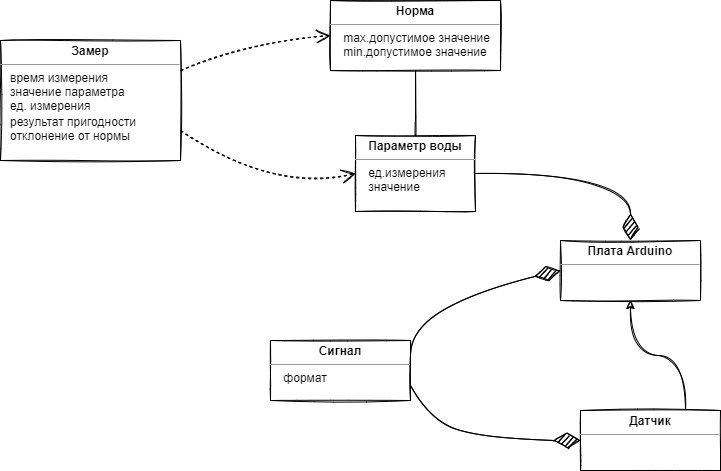
Above: img/DomainModel.png in MaxZ07/Crystal (draw.io), before the change. Source tidied: cells renumbered, new cells last; positions are measured from the earlier drawing's top-left corner, leaving out a move shared by most shapes. Source of this version:
```xml
<mxGraphModel>
  <root>
    <mxCell id="0" />
    <mxCell id="1" parent="0" />
    <mxCell id="2" value="&lt;p style=&quot;margin: 0px ; margin-top: 4px ; text-align: center&quot;&gt;&lt;b&gt;Параметр воды&lt;/b&gt;&lt;/p&gt;&lt;hr size=&quot;1&quot;&gt;&lt;div style=&quot;height: 2px&quot;&gt;&amp;nbsp; &amp;nbsp; ед.измерения&lt;br&gt;&amp;nbsp; &amp;nbsp; значение&lt;/div&gt;" style="verticalAlign=top;align=left;overflow=fill;fontSize=12;fontFamily=Helvetica;html=1;rounded=0;sketch=1;" parent="1" vertex="1">
      <mxGeometry x="355" y="135" width="120" height="76" as="geometry" />
    </mxCell>
    <mxCell id="3" value="&lt;p style=&quot;margin: 0px ; margin-top: 4px ; text-align: center&quot;&gt;&lt;b&gt;Норма&lt;/b&gt;&lt;/p&gt;&lt;hr size=&quot;1&quot;&gt;&lt;div style=&quot;height: 2px&quot;&gt;&amp;nbsp; &amp;nbsp; max.допустимое значение&lt;br&gt;&amp;nbsp; &amp;nbsp; min.допустимое значение&lt;/div&gt;&lt;div style=&quot;height: 2px&quot;&gt;&lt;br&gt;&lt;/div&gt;" style="verticalAlign=top;align=left;overflow=fill;fontSize=12;fontFamily=Helvetica;html=1;rounded=0;sketch=1;" parent="1" vertex="1">
      <mxGeometry x="330" width="170" height="70" as="geometry" />
    </mxCell>
    <mxCell id="4" style="edgeStyle=orthogonalEdgeStyle;rounded=0;jettySize=auto;html=1;exitX=0.75;exitY=0;exitDx=0;exitDy=0;entryX=0.5;entryY=1;entryDx=0;entryDy=0;curved=1;sketch=1;" parent="1" edge="1" source="5" target="7">
      <mxGeometry relative="1" as="geometry" />
    </mxCell>
    <mxCell id="5" value="&lt;p style=&quot;margin: 0px ; margin-top: 4px ; text-align: center&quot;&gt;&lt;b&gt;Датчик&lt;/b&gt;&lt;/p&gt;&lt;hr size=&quot;1&quot;&gt;&lt;div style=&quot;height: 2px&quot;&gt;&amp;nbsp;&amp;nbsp;&lt;/div&gt;" style="verticalAlign=top;align=left;overflow=fill;fontSize=12;fontFamily=Helvetica;html=1;rounded=0;sketch=1;" parent="1" vertex="1">
      <mxGeometry x="580" y="410" width="140" height="60" as="geometry" />
    </mxCell>
    <mxCell id="6" value="&lt;p style=&quot;margin: 0px ; margin-top: 4px ; text-align: center&quot;&gt;&lt;b&gt;Замер&lt;/b&gt;&lt;/p&gt;&lt;hr size=&quot;1&quot;&gt;&lt;div style=&quot;height: 2px&quot;&gt;&amp;nbsp; &amp;nbsp;время измерения&lt;br&gt;&amp;nbsp; &amp;nbsp;значение параметра&lt;br&gt;&amp;nbsp; &amp;nbsp;ед. измерения&lt;br&gt;&lt;br&gt;&lt;br&gt;&lt;br&gt;&lt;/div&gt;&lt;div style=&quot;height: 2px&quot;&gt;&lt;br&gt;&amp;nbsp; &amp;nbsp;&lt;br&gt;&amp;nbsp; &amp;nbsp;&lt;br&gt;&amp;nbsp; &amp;nbsp;результат пригодности&lt;br&gt;&amp;nbsp; &amp;nbsp;отклонение от нормы&lt;br&gt;&lt;br&gt;&amp;nbsp; &amp;nbsp;&amp;nbsp;&lt;/div&gt;&lt;div style=&quot;height: 2px&quot;&gt;&lt;br&gt;&lt;/div&gt;&lt;div style=&quot;height: 2px&quot;&gt;&lt;br&gt;&lt;/div&gt;" style="verticalAlign=top;align=left;overflow=fill;fontSize=12;fontFamily=Helvetica;html=1;rounded=0;sketch=1;" parent="1" vertex="1">
      <mxGeometry y="40" width="180" height="120" as="geometry" />
    </mxCell>
    <mxCell id="7" value="&lt;p style=&quot;margin: 0px ; margin-top: 4px ; text-align: center&quot;&gt;&lt;b&gt;Плата Arduino&lt;/b&gt;&lt;/p&gt;&lt;hr size=&quot;1&quot;&gt;&lt;div style=&quot;height: 2px&quot;&gt;&amp;nbsp; &amp;nbsp;&amp;nbsp;&lt;/div&gt;" style="verticalAlign=top;align=left;overflow=fill;fontSize=12;fontFamily=Helvetica;html=1;rounded=0;sketch=1;" parent="1" vertex="1">
      <mxGeometry x="560" y="240" width="140" height="60" as="geometry" />
    </mxCell>
    <mxCell id="8" style="endArrow=none;html=1;rounded=0;entryX=0.5;entryY=1;entryDx=0;entryDy=0;exitX=0.5;exitY=0;exitDx=0;exitDy=0;curved=1;sketch=1;" parent="1" edge="1" source="2" target="3">
      <mxGeometry relative="1" as="geometry" />
    </mxCell>
    <mxCell id="9" style="endArrow=open;endSize=12;dashed=1;html=1;rounded=0;exitX=1;exitY=0.75;exitDx=0;exitDy=0;entryX=0;entryY=0.5;entryDx=0;entryDy=0;curved=1;sketch=1;" parent="1" edge="1" source="6" target="2">
      <mxGeometry relative="1" as="geometry">
        <Array as="points">
          <mxPoint x="270" y="192" />
        </Array>
      </mxGeometry>
    </mxCell>
    <mxCell id="10" style="endArrow=diamondThin;endFill=1;endSize=24;html=1;rounded=0;exitX=1;exitY=0.5;exitDx=0;exitDy=0;entryX=0.5;entryY=0;entryDx=0;entryDy=0;labelBorderColor=none;shadow=0;curved=1;sketch=1;" parent="1" edge="1" source="2" target="7">
      <mxGeometry relative="1" as="geometry">
        <Array as="points">
          <mxPoint x="630" y="173" />
        </Array>
      </mxGeometry>
    </mxCell>
    <mxCell id="11" value="&lt;p style=&quot;margin: 0px ; margin-top: 4px ; text-align: center&quot;&gt;&lt;b&gt;Сигнал&lt;/b&gt;&lt;/p&gt;&lt;hr size=&quot;1&quot;&gt;&lt;div style=&quot;height: 2px&quot;&gt;&amp;nbsp; &amp;nbsp; формат&lt;/div&gt;" style="verticalAlign=top;align=left;overflow=fill;fontSize=12;fontFamily=Helvetica;html=1;rounded=0;sketch=1;" parent="1" vertex="1">
      <mxGeometry x="270" y="340" width="140" height="60" as="geometry" />
    </mxCell>
    <mxCell id="12" style="endArrow=open;endSize=12;dashed=1;html=1;rounded=0;exitX=1;exitY=0.25;exitDx=0;exitDy=0;entryX=0;entryY=0.5;entryDx=0;entryDy=0;curved=1;sketch=1;" parent="1" edge="1" source="6" target="3">
      <mxGeometry relative="1" as="geometry">
        <Array as="points">
          <mxPoint x="250" y="40" />
        </Array>
      </mxGeometry>
    </mxCell>
    <mxCell id="13" style="endArrow=diamondThin;endFill=1;endSize=24;html=1;rounded=0;exitX=1;exitY=0.75;exitDx=0;exitDy=0;labelBorderColor=none;shadow=0;curved=1;sketch=1;entryX=0;entryY=0.5;entryDx=0;entryDy=0;" parent="1" edge="1" source="11" target="5">
      <mxGeometry relative="1" as="geometry">
        <Array as="points">
          <mxPoint x="430" y="420" />
          <mxPoint x="490" y="440" />
        </Array>
      </mxGeometry>
    </mxCell>
    <mxCell id="14" style="endArrow=diamondThin;endFill=1;endSize=24;html=1;rounded=0;exitX=1;exitY=0.25;exitDx=0;exitDy=0;labelBorderColor=none;shadow=0;curved=1;sketch=1;entryX=0;entryY=0.5;entryDx=0;entryDy=0;" parent="1" edge="1" source="11" target="7">
      <mxGeometry relative="1" as="geometry">
        <Array as="points">
          <mxPoint x="410" y="305" />
        </Array>
      </mxGeometry>
    </mxCell>
  </root>
</mxGraphModel>
```
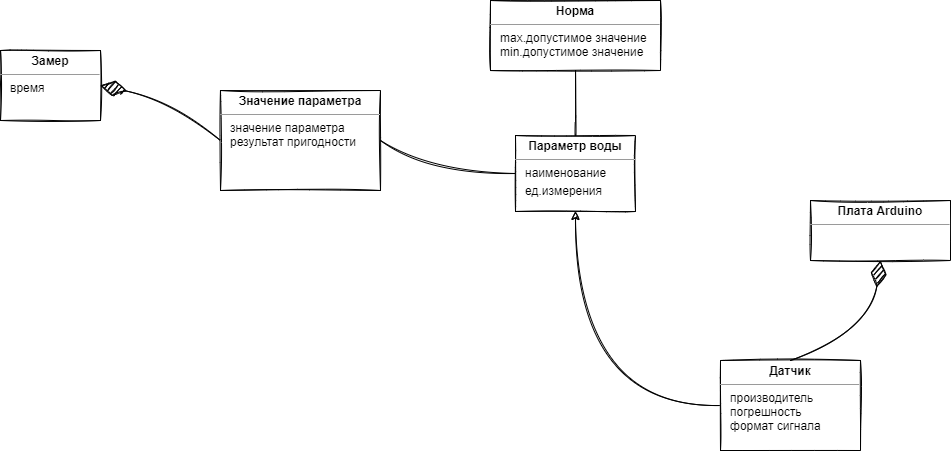
The same file after the commit.

Change to the diagram source:
```diff
@@ -2,65 +2,50 @@
   <root>
     <mxCell id="0" />
     <mxCell id="1" parent="0" />
-    <mxCell id="2" value="&lt;p style=&quot;margin: 0px ; margin-top: 4px ; text-align: center&quot;&gt;&lt;b&gt;Параметр воды&lt;/b&gt;&lt;/p&gt;&lt;hr size=&quot;1&quot;&gt;&lt;div style=&quot;height: 2px&quot;&gt;&amp;nbsp; &amp;nbsp; ед.измерения&lt;br&gt;&amp;nbsp; &amp;nbsp; значение&lt;/div&gt;" style="verticalAlign=top;align=left;overflow=fill;fontSize=12;fontFamily=Helvetica;html=1;rounded=0;sketch=1;" parent="1" vertex="1">
+    <mxCell id="2" value="&lt;p style=&quot;margin: 0px ; margin-top: 4px ; text-align: center&quot;&gt;&lt;b&gt;Параметр воды&lt;/b&gt;&lt;/p&gt;&lt;hr size=&quot;1&quot;&gt;&lt;div style=&quot;height: 2px&quot;&gt;&amp;nbsp; &amp;nbsp;наименование&lt;/div&gt;&lt;div style=&quot;height: 2px&quot;&gt;&lt;span style=&quot;white-space: pre&quot;&gt;&#9;&lt;/span&gt;&lt;br&gt;&lt;/div&gt;&lt;div style=&quot;height: 2px&quot;&gt;&amp;nbsp; &amp;nbsp; &amp;nbsp;&amp;nbsp;&lt;br&gt;&amp;nbsp; &amp;nbsp;ед.измерения&lt;br&gt;&amp;nbsp; &amp;nbsp;&amp;nbsp;&lt;/div&gt;" style="verticalAlign=top;align=left;overflow=fill;fontSize=12;fontFamily=Helvetica;html=1;rounded=0;sketch=1;" parent="1" vertex="1">
       <mxGeometry x="355" y="135" width="120" height="76" as="geometry" />
     </mxCell>
-    <mxCell id="3" value="&lt;p style=&quot;margin: 0px ; margin-top: 4px ; text-align: center&quot;&gt;&lt;b&gt;Норма&lt;/b&gt;&lt;/p&gt;&lt;hr size=&quot;1&quot;&gt;&lt;div style=&quot;height: 2px&quot;&gt;&amp;nbsp; &amp;nbsp; max.допустимое значение&lt;br&gt;&amp;nbsp; &amp;nbsp; min.допустимое значение&lt;/div&gt;&lt;div style=&quot;height: 2px&quot;&gt;&lt;br&gt;&lt;/div&gt;" style="verticalAlign=top;align=left;overflow=fill;fontSize=12;fontFamily=Helvetica;html=1;rounded=0;sketch=1;" parent="1" vertex="1">
+    <mxCell id="3" value="&lt;p style=&quot;margin: 0px ; margin-top: 4px ; text-align: center&quot;&gt;&lt;b&gt;Норма&lt;/b&gt;&lt;/p&gt;&lt;hr size=&quot;1&quot;&gt;&lt;div style=&quot;height: 2px&quot;&gt;&amp;nbsp; &amp;nbsp;max.допустимое значение&lt;br&gt;&amp;nbsp; &amp;nbsp;min.допустимое значение&lt;/div&gt;&lt;div style=&quot;height: 2px&quot;&gt;&lt;br&gt;&lt;/div&gt;" style="verticalAlign=top;align=left;overflow=fill;fontSize=12;fontFamily=Helvetica;html=1;rounded=0;sketch=1;" parent="1" vertex="1">
       <mxGeometry x="330" width="170" height="70" as="geometry" />
     </mxCell>
-    <mxCell id="4" style="edgeStyle=orthogonalEdgeStyle;rounded=0;jettySize=auto;html=1;exitX=0.75;exitY=0;exitDx=0;exitDy=0;entryX=0.5;entryY=1;entryDx=0;entryDy=0;curved=1;sketch=1;" parent="1" edge="1" source="5" target="7">
-      <mxGeometry relative="1" as="geometry" />
-    </mxCell>
+    <mxCell id="15" style="edgeStyle=orthogonalEdgeStyle;sketch=1;jettySize=auto;html=1;exitX=0;exitY=0.5;exitDx=0;exitDy=0;entryX=0.5;entryY=1;entryDx=0;entryDy=0;curved=1;" parent="1" edge="1" source="5" target="2">
+      <mxGeometry relative="1" as="geometry" />
+    </mxCell>
-    <mxCell id="5" value="&lt;p style=&quot;margin: 0px ; margin-top: 4px ; text-align: center&quot;&gt;&lt;b&gt;Датчик&lt;/b&gt;&lt;/p&gt;&lt;hr size=&quot;1&quot;&gt;&lt;div style=&quot;height: 2px&quot;&gt;&amp;nbsp;&amp;nbsp;&lt;/div&gt;" style="verticalAlign=top;align=left;overflow=fill;fontSize=12;fontFamily=Helvetica;html=1;rounded=0;sketch=1;" parent="1" vertex="1">
-      <mxGeometry x="580" y="410" width="140" height="60" as="geometry" />
+    <mxCell id="5" value="&lt;p style=&quot;margin: 0px ; margin-top: 4px ; text-align: center&quot;&gt;&lt;b&gt;Датчик&lt;/b&gt;&lt;/p&gt;&lt;hr size=&quot;1&quot;&gt;&lt;div style=&quot;height: 2px&quot;&gt;&amp;nbsp; &amp;nbsp;производитель&lt;br&gt;&amp;nbsp; &amp;nbsp;погрешность&lt;br&gt;&amp;nbsp; &amp;nbsp;формат сигнала&lt;/div&gt;&lt;div style=&quot;height: 2px&quot;&gt;&lt;br&gt;&lt;/div&gt;" style="verticalAlign=top;align=left;overflow=fill;fontSize=12;fontFamily=Helvetica;html=1;rounded=0;sketch=1;" parent="1" vertex="1">
+      <mxGeometry x="560" y="360" width="140" height="90" as="geometry" />
     </mxCell>
-    <mxCell id="6" value="&lt;p style=&quot;margin: 0px ; margin-top: 4px ; text-align: center&quot;&gt;&lt;b&gt;Замер&lt;/b&gt;&lt;/p&gt;&lt;hr size=&quot;1&quot;&gt;&lt;div style=&quot;height: 2px&quot;&gt;&amp;nbsp; &amp;nbsp;время измерения&lt;br&gt;&amp;nbsp; &amp;nbsp;значение параметра&lt;br&gt;&amp;nbsp; &amp;nbsp;ед. измерения&lt;br&gt;&lt;br&gt;&lt;br&gt;&lt;br&gt;&lt;/div&gt;&lt;div style=&quot;height: 2px&quot;&gt;&lt;br&gt;&amp;nbsp; &amp;nbsp;&lt;br&gt;&amp;nbsp; &amp;nbsp;&lt;br&gt;&amp;nbsp; &amp;nbsp;результат пригодности&lt;br&gt;&amp;nbsp; &amp;nbsp;отклонение от нормы&lt;br&gt;&lt;br&gt;&amp;nbsp; &amp;nbsp;&amp;nbsp;&lt;/div&gt;&lt;div style=&quot;height: 2px&quot;&gt;&lt;br&gt;&lt;/div&gt;&lt;div style=&quot;height: 2px&quot;&gt;&lt;br&gt;&lt;/div&gt;" style="verticalAlign=top;align=left;overflow=fill;fontSize=12;fontFamily=Helvetica;html=1;rounded=0;sketch=1;" parent="1" vertex="1">
-      <mxGeometry y="40" width="180" height="120" as="geometry" />
+    <mxCell id="6" value="&lt;p style=&quot;margin: 0px ; margin-top: 4px ; text-align: center&quot;&gt;&lt;b&gt;Замер&lt;/b&gt;&lt;/p&gt;&lt;hr size=&quot;1&quot;&gt;&lt;div style=&quot;height: 2px&quot;&gt;&amp;nbsp; &amp;nbsp;время&amp;nbsp;&lt;/div&gt;" style="verticalAlign=top;align=left;overflow=fill;fontSize=12;fontFamily=Helvetica;html=1;rounded=0;sketch=1;" parent="1" vertex="1">
+      <mxGeometry x="-160" y="50" width="100" height="70" as="geometry" />
     </mxCell>
     <mxCell id="7" value="&lt;p style=&quot;margin: 0px ; margin-top: 4px ; text-align: center&quot;&gt;&lt;b&gt;Плата Arduino&lt;/b&gt;&lt;/p&gt;&lt;hr size=&quot;1&quot;&gt;&lt;div style=&quot;height: 2px&quot;&gt;&amp;nbsp; &amp;nbsp;&amp;nbsp;&lt;/div&gt;" style="verticalAlign=top;align=left;overflow=fill;fontSize=12;fontFamily=Helvetica;html=1;rounded=0;sketch=1;" parent="1" vertex="1">
-      <mxGeometry x="560" y="240" width="140" height="60" as="geometry" />
+      <mxGeometry x="650" y="200" width="140" height="60" as="geometry" />
     </mxCell>
-    <mxCell id="8" style="endArrow=none;html=1;rounded=0;entryX=0.5;entryY=1;entryDx=0;entryDy=0;exitX=0.5;exitY=0;exitDx=0;exitDy=0;curved=1;sketch=1;" parent="1" edge="1" source="2" target="3">
+    <mxCell id="8" style="endArrow=none;html=1;rounded=0;entryX=0.5;entryY=1;entryDx=0;entryDy=0;exitX=0.5;exitY=0;exitDx=0;exitDy=0;sketch=1;curved=1;" parent="1" edge="1" source="2" target="3">
       <mxGeometry relative="1" as="geometry" />
     </mxCell>
-    <mxCell id="9" style="endArrow=open;endSize=12;dashed=1;html=1;rounded=0;exitX=1;exitY=0.75;exitDx=0;exitDy=0;entryX=0;entryY=0.5;entryDx=0;entryDy=0;curved=1;sketch=1;" parent="1" edge="1" source="6" target="2">
-      <mxGeometry relative="1" as="geometry">
-        <Array as="points">
-          <mxPoint x="270" y="192" />
-        </Array>
-      </mxGeometry>
-    </mxCell>
-    <mxCell id="10" style="endArrow=diamondThin;endFill=1;endSize=24;html=1;rounded=0;exitX=1;exitY=0.5;exitDx=0;exitDy=0;entryX=0.5;entryY=0;entryDx=0;entryDy=0;labelBorderColor=none;shadow=0;curved=1;sketch=1;" parent="1" edge="1" source="2" target="7">
-      <mxGeometry relative="1" as="geometry">
-        <Array as="points">
-          <mxPoint x="630" y="173" />
-        </Array>
-      </mxGeometry>
-    </mxCell>
-    <mxCell id="11" value="&lt;p style=&quot;margin: 0px ; margin-top: 4px ; text-align: center&quot;&gt;&lt;b&gt;Сигнал&lt;/b&gt;&lt;/p&gt;&lt;hr size=&quot;1&quot;&gt;&lt;div style=&quot;height: 2px&quot;&gt;&amp;nbsp; &amp;nbsp; формат&lt;/div&gt;" style="verticalAlign=top;align=left;overflow=fill;fontSize=12;fontFamily=Helvetica;html=1;rounded=0;sketch=1;" parent="1" vertex="1">
-      <mxGeometry x="270" y="340" width="140" height="60" as="geometry" />
-    </mxCell>
-    <mxCell id="12" style="endArrow=open;endSize=12;dashed=1;html=1;rounded=0;exitX=1;exitY=0.25;exitDx=0;exitDy=0;entryX=0;entryY=0.5;entryDx=0;entryDy=0;curved=1;sketch=1;" parent="1" edge="1" source="6" target="3">
-      <mxGeometry relative="1" as="geometry">
-        <Array as="points">
-          <mxPoint x="250" y="40" />
-        </Array>
-      </mxGeometry>
-    </mxCell>
-    <mxCell id="13" style="endArrow=diamondThin;endFill=1;endSize=24;html=1;rounded=0;exitX=1;exitY=0.75;exitDx=0;exitDy=0;labelBorderColor=none;shadow=0;curved=1;sketch=1;entryX=0;entryY=0.5;entryDx=0;entryDy=0;" parent="1" edge="1" source="11" target="5">
-      <mxGeometry relative="1" as="geometry">
-        <Array as="points">
-          <mxPoint x="430" y="420" />
-          <mxPoint x="490" y="440" />
-        </Array>
-      </mxGeometry>
-    </mxCell>
-    <mxCell id="14" style="endArrow=diamondThin;endFill=1;endSize=24;html=1;rounded=0;exitX=1;exitY=0.25;exitDx=0;exitDy=0;labelBorderColor=none;shadow=0;curved=1;sketch=1;entryX=0;entryY=0.5;entryDx=0;entryDy=0;" parent="1" edge="1" source="11" target="7">
-      <mxGeometry relative="1" as="geometry">
-        <Array as="points">
-          <mxPoint x="410" y="305" />
-        </Array>
-      </mxGeometry>
-    </mxCell>
+    <mxCell id="16" value="&lt;p style=&quot;margin: 0px ; margin-top: 4px ; text-align: center&quot;&gt;&lt;b&gt;Значение параметра&lt;/b&gt;&lt;/p&gt;&lt;hr size=&quot;1&quot;&gt;&lt;div style=&quot;height: 2px&quot;&gt;&amp;nbsp; &amp;nbsp;значение параметра&lt;br&gt;&amp;nbsp; &amp;nbsp;результат пригодности&lt;/div&gt;&lt;div style=&quot;height: 2px&quot;&gt;&lt;br&gt;&lt;/div&gt;" style="verticalAlign=top;align=left;overflow=fill;fontSize=12;fontFamily=Helvetica;html=1;rounded=0;sketch=1;" parent="1" vertex="1">
+      <mxGeometry x="60" y="90" width="160" height="100" as="geometry" />
+    </mxCell>
+    <mxCell id="4" style="endArrow=diamondThin;endFill=1;endSize=24;html=1;rounded=0;exitX=0.5;exitY=0;exitDx=0;exitDy=0;entryX=0.5;entryY=1;entryDx=0;entryDy=0;sketch=1;curved=1;" parent="1" edge="1" source="5" target="7">
+      <mxGeometry relative="1" as="geometry">
+        <Array as="points">
+          <mxPoint x="710" y="330" />
+        </Array>
+      </mxGeometry>
+    </mxCell>
+    <mxCell id="17" style="endArrow=diamondThin;endFill=1;endSize=24;html=1;sketch=1;exitX=0;exitY=0.5;exitDx=0;exitDy=0;entryX=1;entryY=0.5;entryDx=0;entryDy=0;curved=1;" parent="1" edge="1" source="16" target="6">
+      <mxGeometry relative="1" as="geometry">
+        <Array as="points">
+          <mxPoint x="10" y="100" />
+        </Array>
+      </mxGeometry>
+    </mxCell>
+    <mxCell id="18" style="endArrow=none;html=1;rounded=0;entryX=1;entryY=0.5;entryDx=0;entryDy=0;exitX=0;exitY=0.5;exitDx=0;exitDy=0;sketch=1;curved=1;" parent="1" edge="1" source="2" target="16">
+      <mxGeometry relative="1" as="geometry">
+        <Array as="points">
+          <mxPoint x="270" y="173" />
+        </Array>
+      </mxGeometry>
+    </mxCell>
   </root>
 </mxGraphModel>
```
